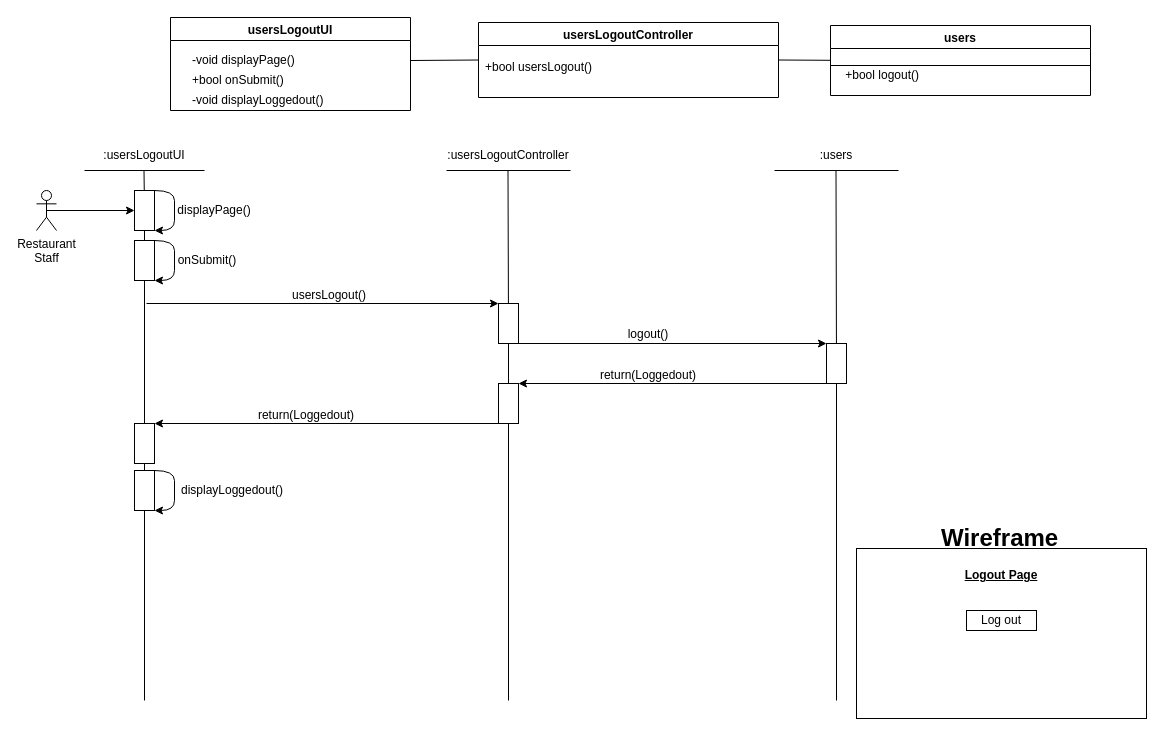
This is BCE_UML_and_Diagrams/Userstory#21/UserStory#21_BCE_SEQ.drawio from extred5700/JAVAGUI-Restaurant-Table-Order-System, a draw.io file, before an edit. Source tidied: cells renumbered, new cells numbered last; positions are measured from the earlier drawing's top-left corner, leaving out a move shared by most shapes. Both pictures are drawn from the tidied source at 100%, with x=0, y=0 at pixel (36, 17).
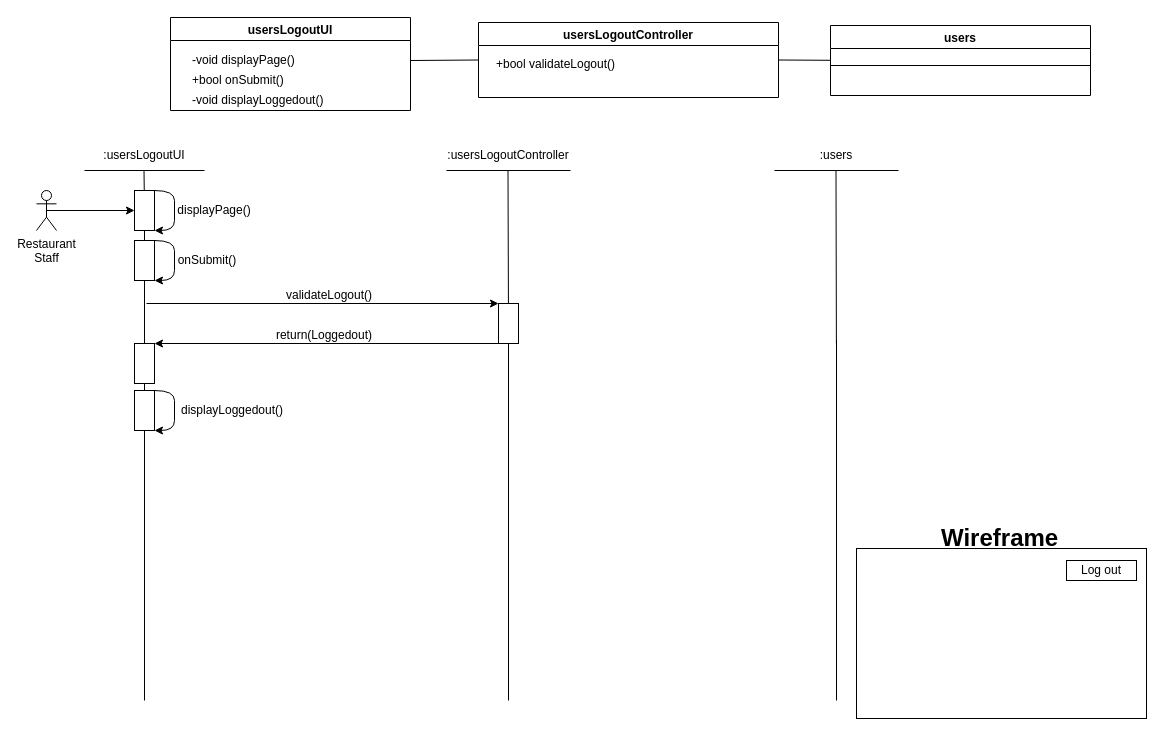
The same page after the edit.

Commit message (it also covers changes not shown here):
Updated BCE UML for logout userstories

Unchanged cells that the change refers to:
```xml
<mxCell id="6" value="usersLogoutController" style="swimlane;" parent="1" vertex="1">
  <mxGeometry x="442" y="5" width="300" height="75" as="geometry" />
</mxCell>
<mxCell id="8" value="users" style="swimlane;strokeColor=default;" parent="1" vertex="1">
  <mxGeometry x="794" y="8" width="260" height="70" as="geometry" />
</mxCell>
<mxCell id="31" style="rounded=0;whiteSpace=wrap;html=1;strokeColor=default;" parent="1" vertex="1">
  <mxGeometry x="462" y="286" width="20" height="40" as="geometry" />
</mxCell>
```

What changed in the source:
```diff
@@
-    <mxCell id="7" value="+bool usersLogout()" style="text;html=1;align=center;verticalAlign=middle;strokeColor=none;fillColor=none;" parent="6" vertex="1">
-      <mxGeometry y="35" width="120" height="20" as="geometry" />
+    <mxCell id="7" value="+bool validateLogout()" style="text;html=1;align=center;verticalAlign=middle;strokeColor=none;fillColor=none;" parent="6" vertex="1">
+      <mxGeometry x="12" y="31.5" width="130" height="20" as="geometry" />
     </mxCell>
@@
-    <mxCell id="9" value="&lt;div style=&quot;text-align: center&quot;&gt;&lt;span&gt;+bool logout(&lt;/span&gt;&lt;span style=&quot;text-align: left&quot;&gt;)&lt;/span&gt;&lt;/div&gt;" style="text;html=1;align=right;verticalAlign=middle;strokeColor=none;fillColor=none;" parent="8" vertex="1">
-      <mxGeometry y="40" width="90" height="20" as="geometry" />
-    </mxCell>
@@
-    <mxCell id="23" style="endArrow=none;html=1;rounded=0;startArrow=none;" parent="1" edge="1" source="35">
+    <mxCell id="23" style="endArrow=none;html=1;rounded=0;startArrow=none;" parent="1" edge="1">
       <mxGeometry relative="1" as="geometry">
+        <mxPoint x="799.9" y="326" as="sourcePoint" />
         <mxPoint x="799.5" y="153" as="targetPoint" />
       </mxGeometry>
     </mxCell>
@@
-    <mxCell id="32" style="endArrow=none;html=1;rounded=0;startArrow=none;" parent="1" edge="1" source="39" target="31">
-      <mxGeometry relative="1" as="geometry" />
-    </mxCell>
@@
-    <mxCell id="34" value="usersLogout()" style="text;html=1;strokeColor=none;fillColor=none;align=center;verticalAlign=middle;whiteSpace=wrap;rounded=0;" parent="1" vertex="1">
+    <mxCell id="34" value="validateLogout()" style="text;html=1;strokeColor=none;fillColor=none;align=center;verticalAlign=middle;whiteSpace=wrap;rounded=0;" parent="1" vertex="1">
       <mxGeometry x="245" y="263" width="96" height="30" as="geometry" />
     </mxCell>
-    <mxCell id="35" style="rounded=0;whiteSpace=wrap;html=1;strokeColor=default;" parent="1" vertex="1">
-      <mxGeometry x="790" y="326" width="20" height="40" as="geometry" />
-    </mxCell>
-    <mxCell id="36" style="endArrow=none;html=1;rounded=0;" parent="1" edge="1" target="35">
+    <mxCell id="36" style="endArrow=none;html=1;rounded=0;" parent="1" edge="1">
       <mxGeometry relative="1" as="geometry">
         <mxPoint x="800" y="683" as="sourcePoint" />
+        <mxPoint x="800" y="323" as="targetPoint" />
       </mxGeometry>
     </mxCell>
-    <mxCell id="37" style="endArrow=classic;html=1;rounded=0;entryX=0;entryY=0;entryDx=0;entryDy=0;exitX=1;exitY=1;exitDx=0;exitDy=0;" parent="1" edge="1" source="31" target="35">
-      <mxGeometry relative="1" as="geometry" />
-    </mxCell>
-    <mxCell id="38" value="logout()" style="text;html=1;strokeColor=none;fillColor=none;align=center;verticalAlign=middle;whiteSpace=wrap;rounded=0;" parent="1" vertex="1">
-      <mxGeometry x="472" y="302" width="280" height="30" as="geometry" />
-    </mxCell>
-    <mxCell id="39" style="rounded=0;whiteSpace=wrap;html=1;strokeColor=default;" parent="1" vertex="1">
-      <mxGeometry x="462" y="366" width="20" height="40" as="geometry" />
-    </mxCell>
-    <mxCell id="40" style="endArrow=none;html=1;rounded=0;" parent="1" edge="1" target="39">
+    <mxCell id="40" style="endArrow=none;html=1;rounded=0;entryX=0.5;entryY=1;entryDx=0;entryDy=0;" parent="1" edge="1" target="31">
       <mxGeometry relative="1" as="geometry">
         <mxPoint x="472" y="683" as="sourcePoint" />
       </mxGeometry>
     </mxCell>
-    <mxCell id="41" style="endArrow=classic;html=1;rounded=0;exitX=0;exitY=1;exitDx=0;exitDy=0;entryX=1;entryY=0;entryDx=0;entryDy=0;" parent="1" edge="1" source="35" target="39">
-      <mxGeometry relative="1" as="geometry" />
-    </mxCell>
-    <mxCell id="42" value="return(Loggedout)" style="text;html=1;strokeColor=none;fillColor=none;align=center;verticalAlign=middle;whiteSpace=wrap;rounded=0;" parent="1" vertex="1">
-      <mxGeometry x="472" y="343" width="280" height="30" as="geometry" />
-    </mxCell>
     <mxCell id="43" style="rounded=0;whiteSpace=wrap;html=1;strokeColor=default;" parent="1" vertex="1">
-      <mxGeometry x="98" y="406" width="20" height="40" as="geometry" />
+      <mxGeometry x="98" y="326" width="20" height="40" as="geometry" />
     </mxCell>
-    <mxCell id="44" style="endArrow=classic;html=1;rounded=0;entryX=1;entryY=0;entryDx=0;entryDy=0;exitX=0;exitY=1;exitDx=0;exitDy=0;" parent="1" edge="1" source="39" target="43">
-      <mxGeometry relative="1" as="geometry" />
+    <mxCell id="44" style="endArrow=classic;html=1;rounded=0;entryX=1;entryY=0;entryDx=0;entryDy=0;exitX=0;exitY=1;exitDx=0;exitDy=0;" parent="1" edge="1" target="43">
+      <mxGeometry relative="1" as="geometry">
+        <mxPoint x="462" y="326" as="sourcePoint" />
+      </mxGeometry>
     </mxCell>
     <mxCell id="45" value="return(Loggedout)" style="text;html=1;strokeColor=none;fillColor=none;align=center;verticalAlign=middle;whiteSpace=wrap;rounded=0;" parent="1" vertex="1">
-      <mxGeometry x="130" y="383" width="280" height="30" as="geometry" />
+      <mxGeometry x="148" y="303" width="280" height="30" as="geometry" />
     </mxCell>
     <mxCell id="46" style="rounded=0;whiteSpace=wrap;html=1;strokeColor=default;" parent="1" vertex="1">
-      <mxGeometry x="98" y="453" width="20" height="40" as="geometry" />
+      <mxGeometry x="98" y="373" width="20" height="40" as="geometry" />
     </mxCell>
     <mxCell id="47" style="curved=1;endArrow=classic;html=1;rounded=0;exitX=1;exitY=0;exitDx=0;exitDy=0;entryX=1;entryY=1;entryDx=0;entryDy=0;" parent="1" edge="1" source="46" target="46">
       <mxGeometry relative="1" as="geometry">
         <Array as="points">
-          <mxPoint x="138" y="453" />
-          <mxPoint x="138" y="473" />
-          <mxPoint x="138" y="493" />
+          <mxPoint x="138" y="373" />
+          <mxPoint x="138" y="393" />
+          <mxPoint x="138" y="413" />
         </Array>
       </mxGeometry>
     </mxCell>
     <mxCell id="48" value="d&lt;span style=&quot;text-align: left&quot;&gt;isplayLoggedout()&lt;/span&gt;" style="text;html=1;strokeColor=none;fillColor=none;align=center;verticalAlign=middle;whiteSpace=wrap;rounded=0;" parent="1" vertex="1">
-      <mxGeometry x="148" y="458" width="96" height="30" as="geometry" />
+      <mxGeometry x="148" y="378" width="96" height="30" as="geometry" />
     </mxCell>
@@
-    <mxCell id="51" value="Logout Page" style="text;html=1;strokeColor=none;fillColor=none;align=center;verticalAlign=middle;whiteSpace=wrap;rounded=0;fontStyle=5;" parent="1" vertex="1">
-      <mxGeometry x="920" y="543" width="90" height="30" as="geometry" />
-    </mxCell>
     <mxCell id="52" value="Log out" style="rounded=0;whiteSpace=wrap;html=1;strokeColor=default;" parent="1" vertex="1">
-      <mxGeometry x="930" y="593" width="70" height="20" as="geometry" />
+      <mxGeometry x="1030" y="543" width="70" height="20" as="geometry" />
     </mxCell>
```
